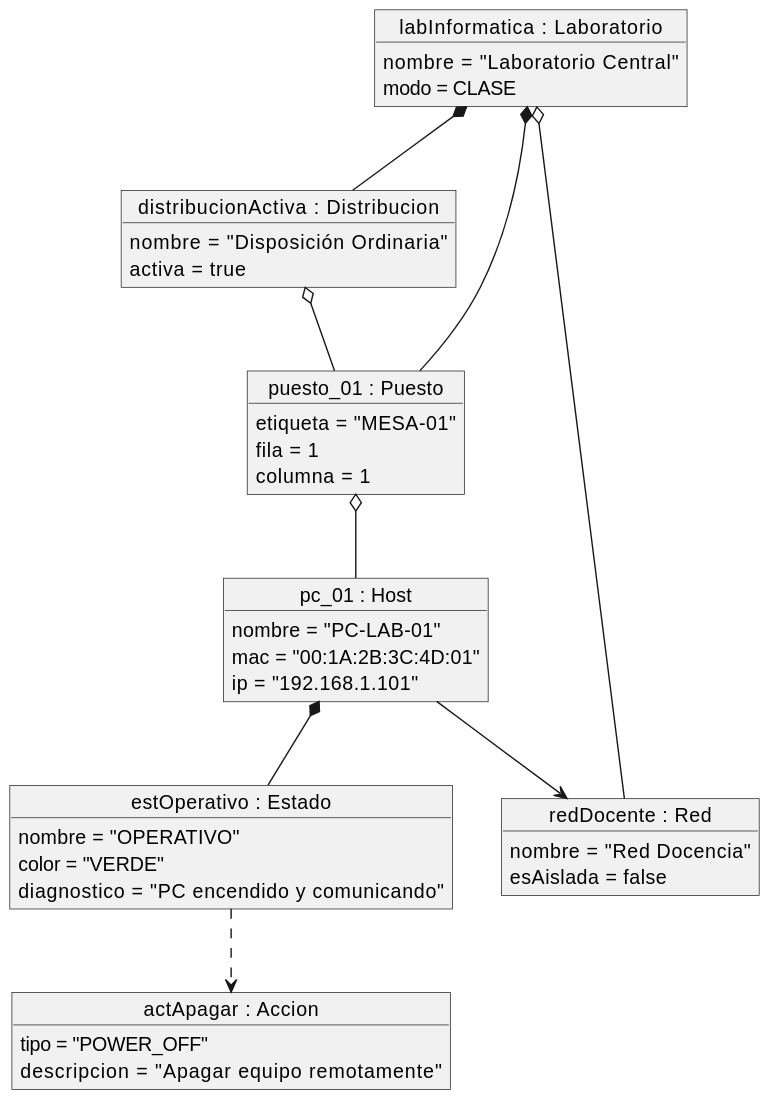
Above: images/00-casos-uso/00-modelo-del-dominio/diagrama-objetos.svg in Carlos-Lima2510/mesh-panel (PlantUML), before the change.
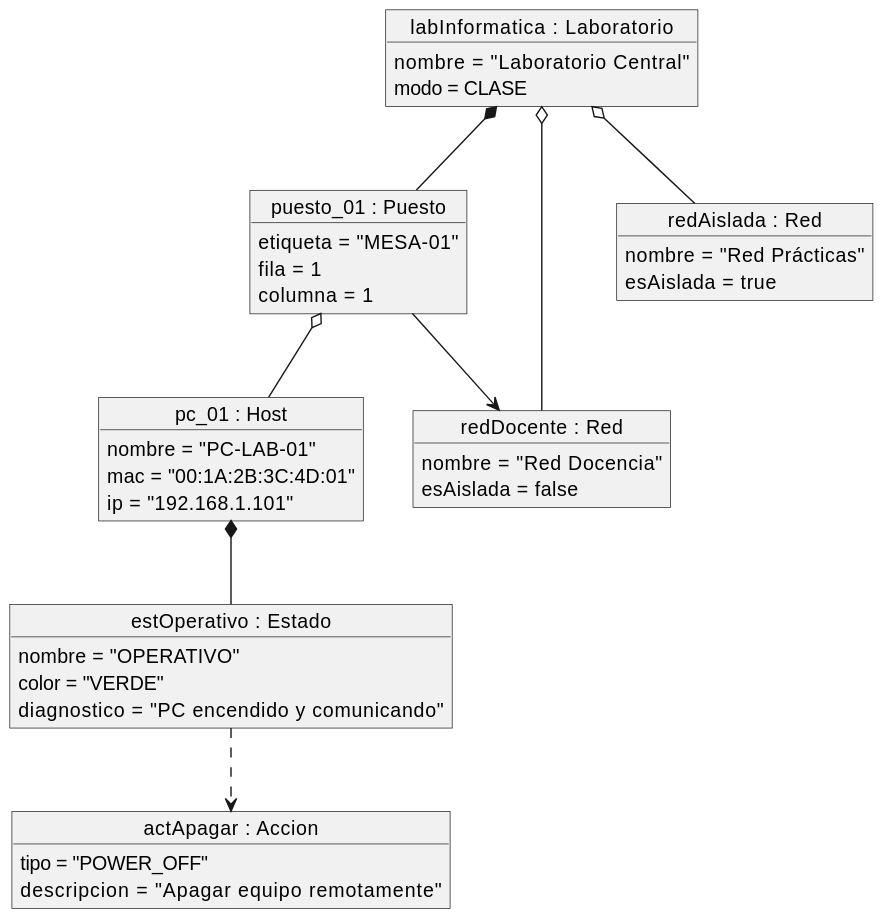
The same file after the commit.

Commit message:
Update domain model diagram: adjust dimensions and add new elements for 'redAislada' and 'redDocente'

The edit, as a diff of the source:
```diff
@@ -2,11 +2,6 @@
 object "labInformatica : Laboratorio" as lab {
     nombre = "Laboratorio Central"
     modo = CLASE
-}
-
-object "distribucionActiva : Distribucion" as dist {
-    nombre = "Disposición Ordinaria"
-    activa = true
 }
 
 object "puesto_01 : Puesto" as puesto {
@@ -21,9 +16,14 @@
     ip = "192.168.1.101"
 }
 
-object "redDocente : Red" as red {
+object "redDocente : Red" as redDocente {
     nombre = "Red Docencia"
     esAislada = false
+}
+
+object "redAislada : Red" as redAislada {
+    nombre = "Red Prácticas"
+    esAislada = true
 }
 
 object "estOperativo : Estado" as estado {
@@ -37,14 +37,12 @@
     descripcion = "Apagar equipo remotamente"
 }
 
-lab o-- red
-lab *-- dist
 lab *-- puesto
-
-dist o-- puesto
+lab o-- redDocente
+lab o-- redAislada
 
 puesto o-- host
-host --> red
+puesto --> redDocente
 
 host *-- estado
 estado ..> accion
```
